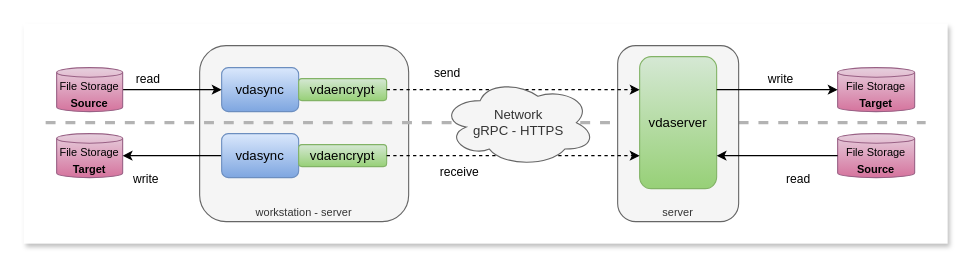
This is page "encryptr" (8 of 11) of docs/images/vdasync.drawio from t-beigbeder/vdasync, a draw.io file, before an edit. Source tidied: cells renumbered, new cells numbered last; positions are measured from the earlier drawing's top-left corner, leaving out a move shared by most shapes. Both pictures are drawn from the tidied source at 110%, with x=0, y=0 at pixel (23, 23).
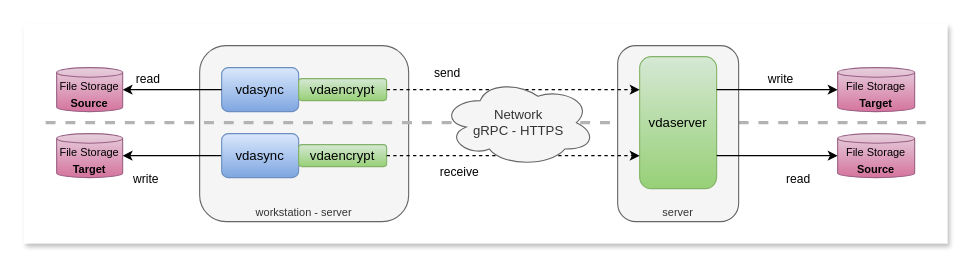
The same page after the edit.

The change refers to these unchanged cells:
```xml
<mxCell id="4" value="vdasync" style="rounded=1;whiteSpace=wrap;html=1;fillColor=#dae8fc;strokeColor=#6c8ebf;gradientColor=#7ea6e0;" parent="1" vertex="1">
  <mxGeometry x="180" y="40" width="70" height="40" as="geometry" />
</mxCell>
<mxCell id="6" value="&lt;font style=&quot;font-size: 10px;&quot;&gt;File Storage&lt;/font&gt;&lt;div&gt;&lt;font style=&quot;font-size: 10px;&quot;&gt;&lt;b&gt;Source&lt;/b&gt;&lt;/font&gt;&lt;/div&gt;" style="shape=cylinder3;whiteSpace=wrap;html=1;boundedLbl=1;backgroundOutline=1;size=4.3333333333334;fillColor=#e6d0de;strokeColor=#996185;gradientColor=#d5739d;" parent="1" vertex="1">
  <mxGeometry x="30" y="40" width="60" height="40" as="geometry" />
</mxCell>
<mxCell id="14" value="vdaserver" style="rounded=1;whiteSpace=wrap;html=1;fillColor=#d5e8d4;strokeColor=#82b366;gradientColor=#97d077;" parent="1" vertex="1">
  <mxGeometry x="560" y="30" width="70" height="120" as="geometry" />
</mxCell>
<mxCell id="19" value="&lt;font style=&quot;font-size: 10px;&quot;&gt;File Storage&lt;/font&gt;&lt;div&gt;&lt;font style=&quot;font-size: 10px;&quot;&gt;&lt;b&gt;Source&lt;/b&gt;&lt;/font&gt;&lt;/div&gt;" style="shape=cylinder3;whiteSpace=wrap;html=1;boundedLbl=1;backgroundOutline=1;size=4.3333333333334;fillColor=#e6d0de;strokeColor=#996185;gradientColor=#d5739d;" parent="1" vertex="1">
  <mxGeometry x="740" y="100" width="70" height="40" as="geometry" />
</mxCell>
```

What changed in the source:
```diff
@@
-    <mxCell id="5" value="read" style="endArrow=classic;html=1;rounded=0;entryX=0;entryY=0.5;entryDx=0;entryDy=0;exitX=1;exitY=0.5;exitDx=0;exitDy=0;exitPerimeter=0;" parent="1" edge="1" source="6" target="4">
-      <mxGeometry x="-0.5" y="10" relative="1" as="geometry" />
+    <mxCell id="5" value="read" style="endArrow=none;html=1;rounded=0;entryX=0;entryY=0.5;entryDx=0;entryDy=0;exitX=1;exitY=0.5;exitDx=0;exitDy=0;exitPerimeter=0;startArrow=classic;startFill=1;endFill=0;" parent="1" edge="1" source="6" target="4">
+      <mxGeometry x="-0.49" y="10" relative="1" as="geometry" />
     </mxCell>
@@
-    <mxCell id="20" value="read" style="endArrow=classic;html=1;rounded=0;entryX=1;entryY=0.75;entryDx=0;entryDy=0;exitX=0;exitY=0.5;exitDx=0;exitDy=0;exitPerimeter=0;" parent="1" edge="1" source="19" target="14">
-      <mxGeometry x="-0.34" y="21" relative="1" as="geometry" />
+    <mxCell id="20" value="read" style="endArrow=none;html=1;rounded=0;entryX=1;entryY=0.75;entryDx=0;entryDy=0;exitX=0;exitY=0.5;exitDx=0;exitDy=0;exitPerimeter=0;startArrow=classic;startFill=1;endFill=0;" parent="1" edge="1" source="19" target="14">
+      <mxGeometry x="-0.35" y="21" relative="1" as="geometry" />
     </mxCell>
```
